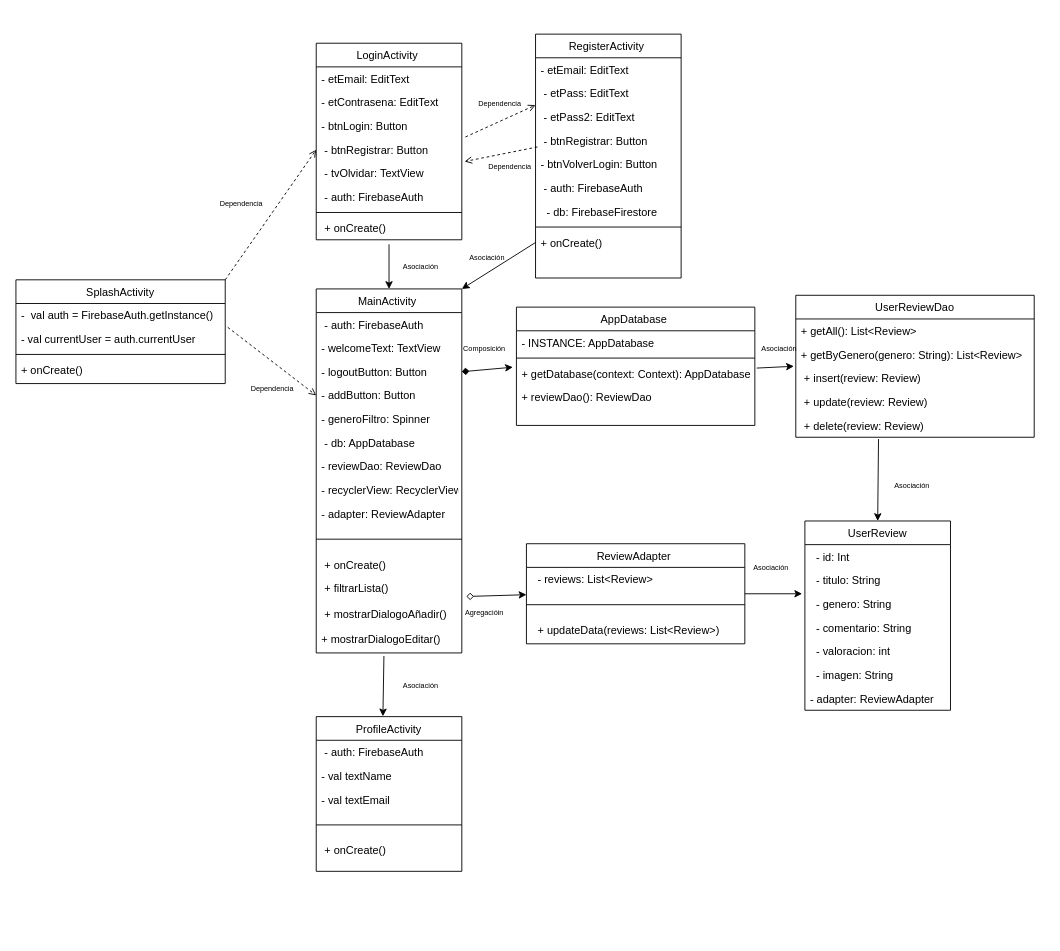
This is Diagrama De Clases/Diagrama Clases.drawio from marcosgb9/MyList, a draw.io file, before an edit. Source tidied: cells renumbered, new cells numbered last; positions are measured from the earlier drawing's top-left corner, leaving out a move shared by most shapes. Both pictures are drawn from the tidied source at 91%, with x=0, y=0 at pixel (15, 34).
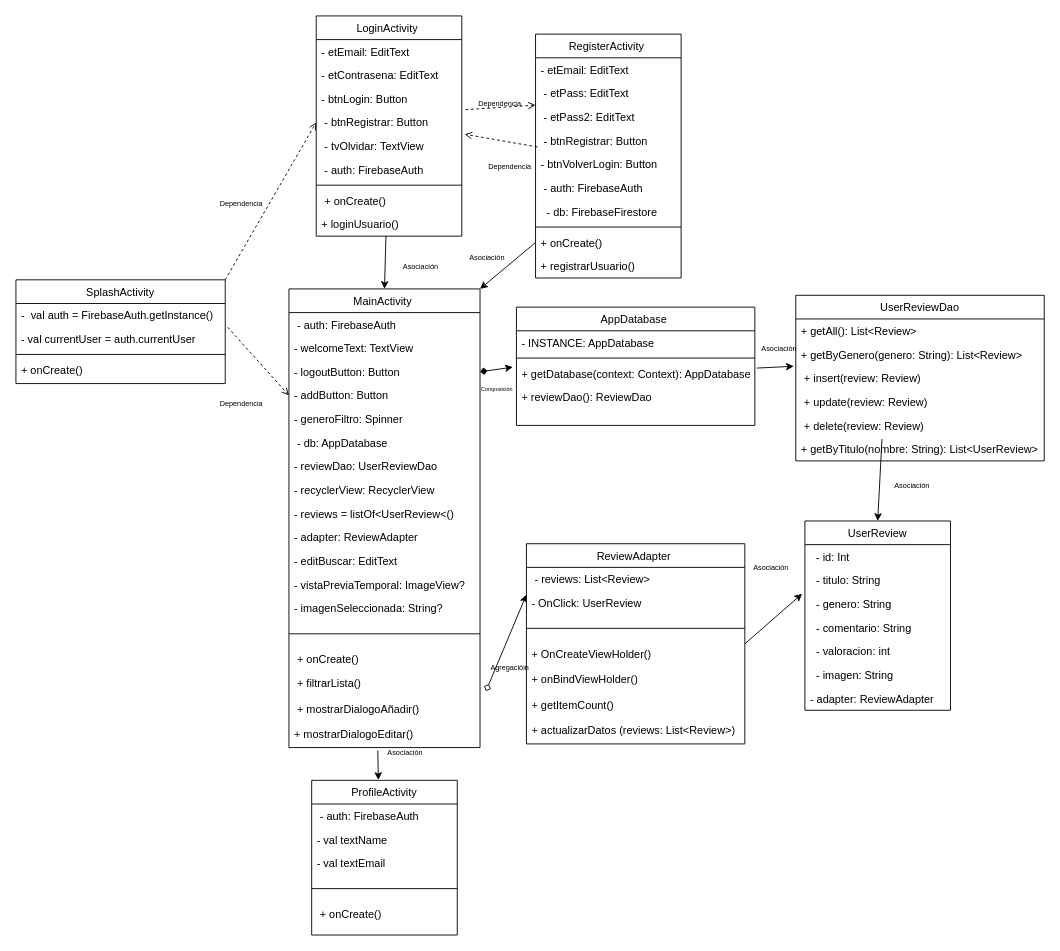
The same page after the edit.

Unchanged cells that the change refers to:
```xml
<mxCell id="2" value="RegisterActivity " style="swimlane;fontStyle=0;align=center;verticalAlign=top;horizontal=1;startSize=26;rounded=0;shadow=0;strokeWidth=1;" parent="1" vertex="1">
  <mxGeometry x="571" width="160" height="268" as="geometry" />
</mxCell>
<mxCell id="20" value=" + onCreate()" style="text;align=left;verticalAlign=top;spacingLeft=4;spacingRight=4;overflow=hidden;points=[[0,0.5],[1,0.5]];portConstraint=eastwest;fontStyle=0;" parent="12" vertex="1">
  <mxGeometry y="190" width="160" height="26" as="geometry" />
</mxCell>
```

Change to the diagram source:
```diff
@@
+    <mxCell id="94" value="+ registrarUsuario()" style="text;align=left;verticalAlign=top;spacingLeft=4;spacingRight=4;overflow=hidden;" parent="2" vertex="1">
+      <mxGeometry y="242" width="160" height="26" as="geometry" />
+    </mxCell>
     <mxCell id="12" value="LoginActivity " style="swimlane;fontStyle=0;align=center;verticalAlign=top;horizontal=1;startSize=26;rounded=0;shadow=0;strokeWidth=1;" parent="1" vertex="1">
-      <mxGeometry x="330" y="10" width="160" height="216" as="geometry" />
+      <mxGeometry x="330" y="-20" width="160" height="242" as="geometry" />
     </mxCell>
@@
+    <mxCell id="95" value="+ loginUsuario()" style="text;align=left;verticalAlign=top;spacingLeft=4;spacingRight=4;overflow=hidden;points=[[0,0.5],[1,0.5]];portConstraint=eastwest;fontStyle=0;" parent="12" vertex="1">
+      <mxGeometry y="216" width="160" height="26" as="geometry" />
+    </mxCell>
     <mxCell id="21" value="MainActivity " style="swimlane;fontStyle=0;align=center;verticalAlign=top;horizontal=1;startSize=26;rounded=0;shadow=0;strokeWidth=1;" parent="1" vertex="1">
-      <mxGeometry x="330" y="280" width="160" height="400" as="geometry" />
+      <mxGeometry x="300" y="280" width="210" height="504" as="geometry" />
     </mxCell>
     <mxCell id="22" value=" - auth: FirebaseAuth" style="text;align=left;verticalAlign=top;spacingLeft=4;spacingRight=4;overflow=hidden;" parent="21" vertex="1">
-      <mxGeometry y="26" width="160" height="26" as="geometry" />
+      <mxGeometry y="26" width="210" height="26" as="geometry" />
     </mxCell>
     <mxCell id="23" value="- welcomeText: TextView" style="text;align=left;verticalAlign=top;spacingLeft=4;spacingRight=4;overflow=hidden;rounded=0;shadow=0;html=0;" parent="21" vertex="1">
-      <mxGeometry y="52" width="160" height="26" as="geometry" />
+      <mxGeometry y="52" width="210" height="26" as="geometry" />
     </mxCell>
     <mxCell id="24" value="- logoutButton: Button" style="text;align=left;verticalAlign=top;spacingLeft=4;spacingRight=4;overflow=hidden;points=[[0,0.5],[1,0.5]];portConstraint=eastwest;rounded=0;shadow=0;html=0;" parent="21" vertex="1">
-      <mxGeometry y="78" width="160" height="26" as="geometry" />
+      <mxGeometry y="78" width="210" height="26" as="geometry" />
     </mxCell>
     <mxCell id="25" value="- addButton: Button" style="text;align=left;verticalAlign=top;spacingLeft=4;spacingRight=4;overflow=hidden;points=[[0,0.5],[1,0.5]];portConstraint=eastwest;rounded=0;shadow=0;html=0;" parent="21" vertex="1">
-      <mxGeometry y="104" width="160" height="26" as="geometry" />
+      <mxGeometry y="104" width="210" height="26" as="geometry" />
     </mxCell>
     <mxCell id="26" value="- generoFiltro: Spinner" style="text;align=left;verticalAlign=top;spacingLeft=4;spacingRight=4;overflow=hidden;rounded=0;shadow=0;html=0;" parent="21" vertex="1">
-      <mxGeometry y="130" width="160" height="26" as="geometry" />
+      <mxGeometry y="130" width="210" height="26" as="geometry" />
     </mxCell>
     <mxCell id="27" value=" - db: AppDatabase" style="text;align=left;verticalAlign=top;spacingLeft=4;spacingRight=4;overflow=hidden;" parent="21" vertex="1">
-      <mxGeometry y="156" width="160" height="26" as="geometry" />
+      <mxGeometry y="156" width="210" height="26" as="geometry" />
     </mxCell>
-    <mxCell id="28" value="- reviewDao: ReviewDao" style="text;align=left;verticalAlign=top;spacingLeft=4;spacingRight=4;overflow=hidden;" parent="21" vertex="1">
-      <mxGeometry y="182" width="160" height="26" as="geometry" />
+    <mxCell id="28" value="- reviewDao: UserReviewDao" style="text;align=left;verticalAlign=top;spacingLeft=4;spacingRight=4;overflow=hidden;" parent="21" vertex="1">
+      <mxGeometry y="182" width="210" height="26" as="geometry" />
     </mxCell>
     <mxCell id="29" value="- recyclerView: RecyclerView" style="text;align=left;verticalAlign=top;spacingLeft=4;spacingRight=4;overflow=hidden;" parent="21" vertex="1">
-      <mxGeometry y="208" width="160" height="26" as="geometry" />
+      <mxGeometry y="208" width="210" height="26" as="geometry" />
     </mxCell>
+    <mxCell id="96" value="- reviews = listOf&lt;UserReview&lt;()" style="text;align=left;verticalAlign=top;spacingLeft=4;spacingRight=4;overflow=hidden;" parent="21" vertex="1">
+      <mxGeometry y="234" width="210" height="26" as="geometry" />
+    </mxCell>
     <mxCell id="30" value="- adapter: ReviewAdapter&#10;" style="text;align=left;verticalAlign=top;spacingLeft=4;spacingRight=4;overflow=hidden;" parent="21" vertex="1">
-      <mxGeometry y="234" width="160" height="26" as="geometry" />
+      <mxGeometry y="260" width="210" height="26" as="geometry" />
     </mxCell>
+    <mxCell id="97" value="- editBuscar: EditText&#10;" style="text;align=left;verticalAlign=top;spacingLeft=4;spacingRight=4;overflow=hidden;" parent="21" vertex="1">
+      <mxGeometry y="286" width="210" height="26" as="geometry" />
+    </mxCell>
+    <mxCell id="98" value="- vistaPreviaTemporal: ImageView?&#10;" style="text;align=left;verticalAlign=top;spacingLeft=4;spacingRight=4;overflow=hidden;" parent="21" vertex="1">
+      <mxGeometry y="312" width="210" height="26" as="geometry" />
+    </mxCell>
+    <mxCell id="99" value="- imagenSeleccionada: String?&#10;" style="text;align=left;verticalAlign=top;spacingLeft=4;spacingRight=4;overflow=hidden;" parent="21" vertex="1">
+      <mxGeometry y="338" width="210" height="26" as="geometry" />
+    </mxCell>
     <mxCell id="31" style="line;html=1;strokeWidth=1;align=left;verticalAlign=middle;spacingTop=-1;spacingLeft=3;spacingRight=3;labelPosition=right;" parent="21" vertex="1">
-      <mxGeometry y="260" width="160" height="30" as="geometry" />
+      <mxGeometry y="364" width="210" height="30" as="geometry" />
     </mxCell>
     <mxCell id="32" value=" + onCreate()" style="text;align=left;verticalAlign=top;spacingLeft=4;spacingRight=4;overflow=hidden;fontStyle=0;" parent="21" vertex="1">
-      <mxGeometry y="290" width="160" height="26" as="geometry" />
+      <mxGeometry y="394" width="210" height="26" as="geometry" />
     </mxCell>
     <mxCell id="33" value=" + filtrarLista()" style="text;align=left;verticalAlign=top;spacingLeft=4;spacingRight=4;overflow=hidden;points=[[0,0.5],[1,0.5]];portConstraint=eastwest;fontStyle=0;" parent="21" vertex="1">
-      <mxGeometry y="316" width="160" height="28" as="geometry" />
+      <mxGeometry y="420" width="210" height="28" as="geometry" />
     </mxCell>
     <mxCell id="34" value=" + mostrarDialogoAñadir()" style="text;align=left;verticalAlign=top;spacingLeft=4;spacingRight=4;overflow=hidden;fontStyle=0;" parent="21" vertex="1">
-      <mxGeometry y="344" width="160" height="28" as="geometry" />
+      <mxGeometry y="448" width="210" height="28" as="geometry" />
     </mxCell>
     <mxCell id="35" value="+ mostrarDialogoEditar()" style="text;align=left;verticalAlign=top;spacingLeft=4;spacingRight=4;overflow=hidden;points=[[0,0.5],[1,0.5]];portConstraint=eastwest;fontStyle=0;" parent="21" vertex="1">
-      <mxGeometry y="372" width="160" height="28" as="geometry" />
+      <mxGeometry y="476" width="210" height="28" as="geometry" />
     </mxCell>
@@
     <mxCell id="41" value="UserReviewDao" style="swimlane;fontStyle=0;align=center;verticalAlign=top;horizontal=1;startSize=26;rounded=0;shadow=0;strokeWidth=1;" parent="1" vertex="1">
-      <mxGeometry x="857" y="287" width="262" height="156" as="geometry" />
+      <mxGeometry x="857" y="287" width="273" height="182" as="geometry" />
     </mxCell>
     <mxCell id="42" value="+ getAll(): List&lt;Review&gt;" style="text;align=left;verticalAlign=top;spacingLeft=4;spacingRight=4;overflow=hidden;" parent="41" vertex="1">
-      <mxGeometry y="26" width="262" height="26" as="geometry" />
+      <mxGeometry y="26" width="273" height="26" as="geometry" />
     </mxCell>
     <mxCell id="43" value="+ getByGenero(genero: String): List&lt;Review&gt;" style="text;align=left;verticalAlign=top;spacingLeft=4;spacingRight=4;overflow=hidden;" parent="41" vertex="1">
-      <mxGeometry y="52" width="262" height="26" as="geometry" />
+      <mxGeometry y="52" width="273" height="26" as="geometry" />
     </mxCell>
     <mxCell id="44" value=" + insert(review: Review)" style="text;align=left;verticalAlign=top;spacingLeft=4;spacingRight=4;overflow=hidden;points=[[0,0.5],[1,0.5]];portConstraint=eastwest;" parent="41" vertex="1">
-      <mxGeometry y="78" width="262" height="26" as="geometry" />
+      <mxGeometry y="78" width="273" height="26" as="geometry" />
     </mxCell>
     <mxCell id="45" value=" + update(review: Review)" style="text;align=left;verticalAlign=top;spacingLeft=4;spacingRight=4;overflow=hidden;" parent="41" vertex="1">
-      <mxGeometry y="104" width="262" height="26" as="geometry" />
+      <mxGeometry y="104" width="273" height="26" as="geometry" />
     </mxCell>
     <mxCell id="46" value=" + delete(review: Review)" style="text;align=left;verticalAlign=top;spacingLeft=4;spacingRight=4;overflow=hidden;points=[[0,0.5],[1,0.5]];portConstraint=eastwest;" parent="41" vertex="1">
-      <mxGeometry y="130" width="262" height="26" as="geometry" />
+      <mxGeometry y="130" width="273" height="26" as="geometry" />
     </mxCell>
+    <mxCell id="100" value="+ getByTitulo(nombre: String): List&lt;UserReview&gt;" style="text;align=left;verticalAlign=top;spacingLeft=4;spacingRight=4;overflow=hidden;" parent="41" vertex="1">
+      <mxGeometry y="156" width="273" height="26" as="geometry" />
+    </mxCell>
@@
     <mxCell id="55" value="ReviewAdapter " style="swimlane;fontStyle=0;align=center;verticalAlign=top;horizontal=1;startSize=26;rounded=0;shadow=0;strokeWidth=1;" parent="1" vertex="1">
-      <mxGeometry x="561" y="560" width="240" height="110" as="geometry" />
+      <mxGeometry x="561" y="560" width="240" height="220" as="geometry" />
     </mxCell>
-    <mxCell id="56" value="  - reviews: List&lt;Review&gt;" style="text;align=left;verticalAlign=top;spacingLeft=4;spacingRight=4;overflow=hidden;points=[[0,0.5],[1,0.5]];portConstraint=eastwest;" parent="55" vertex="1">
+    <mxCell id="56" value=" - reviews: List&lt;Review&gt;&#10;" style="text;align=left;verticalAlign=top;spacingLeft=4;spacingRight=4;overflow=hidden;points=[[0,0.5],[1,0.5]];portConstraint=eastwest;" parent="55" vertex="1">
       <mxGeometry y="26" width="240" height="26" as="geometry" />
     </mxCell>
+    <mxCell id="101" value="- OnClick: UserReview" style="text;align=left;verticalAlign=top;spacingLeft=4;spacingRight=4;overflow=hidden;" parent="55" vertex="1">
+      <mxGeometry y="52" width="240" height="26" as="geometry" />
+    </mxCell>
     <mxCell id="57" style="line;html=1;strokeWidth=1;align=left;verticalAlign=middle;spacingTop=-1;spacingLeft=3;spacingRight=3;labelPosition=right;" parent="55" vertex="1">
-      <mxGeometry y="52" width="240" height="30" as="geometry" />
+      <mxGeometry y="78" width="240" height="30" as="geometry" />
     </mxCell>
+    <mxCell id="102" value="+ OnCreateViewHolder()" style="text;align=left;verticalAlign=top;spacingLeft=4;spacingRight=4;overflow=hidden;fontStyle=0;" parent="55" vertex="1">
+      <mxGeometry y="108" width="240" height="28" as="geometry" />
+    </mxCell>
+    <mxCell id="103" value="+ onBindViewHolder() " style="text;align=left;verticalAlign=top;spacingLeft=4;spacingRight=4;overflow=hidden;fontStyle=0;" parent="55" vertex="1">
+      <mxGeometry y="136" width="240" height="28" as="geometry" />
+    </mxCell>
+    <mxCell id="104" value="+ getItemCount()" style="text;align=left;verticalAlign=top;spacingLeft=4;spacingRight=4;overflow=hidden;fontStyle=0;" parent="55" vertex="1">
+      <mxGeometry y="164" width="240" height="28" as="geometry" />
+    </mxCell>
-    <mxCell id="58" value="  + updateData(reviews: List&lt;Review&gt;)" style="text;align=left;verticalAlign=top;spacingLeft=4;spacingRight=4;overflow=hidden;fontStyle=0;" parent="55" vertex="1">
-      <mxGeometry y="82" width="240" height="28" as="geometry" />
+    <mxCell id="58" value="+ actualizarDatos (reviews: List&lt;Review&gt;)" style="text;align=left;verticalAlign=top;spacingLeft=4;spacingRight=4;overflow=hidden;fontStyle=0;" parent="55" vertex="1">
+      <mxGeometry y="192" width="240" height="28" as="geometry" />
     </mxCell>
@@
-    <mxCell id="60" style="endArrow=classic;html=1;rounded=0;exitX=0.5;exitY=1.192;exitDx=0;exitDy=0;exitPerimeter=0;entryX=0.5;entryY=0;entryDx=0;entryDy=0;" parent="1" edge="1" source="20" target="21">
+    <mxCell id="60" style="endArrow=classic;html=1;rounded=0;exitX=0.479;exitY=0.994;exitDx=0;exitDy=0;exitPerimeter=0;entryX=0.5;entryY=0;entryDx=0;entryDy=0;" parent="1" edge="1" source="95" target="21">
       <mxGeometry relative="1" as="geometry" />
     </mxCell>
@@
-    <mxCell id="66" value="&lt;font style=&quot;font-size: 8px;&quot;&gt;Composición&lt;/font&gt;" style="text;html=1;align=center;verticalAlign=middle;whiteSpace=wrap;rounded=0;" parent="1" vertex="1">
-      <mxGeometry x="497" y="340" width="36" height="10" as="geometry" />
+    <mxCell id="66" value="&lt;font style=&quot;font-size: 6px;&quot;&gt;Composición&lt;/font&gt;" style="text;html=1;align=center;verticalAlign=middle;whiteSpace=wrap;rounded=0;" parent="1" vertex="1">
+      <mxGeometry x="514" y="384" width="30" height="10" as="geometry" />
     </mxCell>
@@
     <mxCell id="69" value="&lt;font style=&quot;font-size: 8px;&quot;&gt;Agregacióin&lt;/font&gt;" style="text;html=1;align=center;verticalAlign=middle;whiteSpace=wrap;rounded=0;" parent="1" vertex="1">
-      <mxGeometry x="497" y="630" width="36" height="10" as="geometry" />
+      <mxGeometry x="525" y="690" width="36" height="10" as="geometry" />
     </mxCell>
@@
     <mxCell id="85" value="&lt;font style=&quot;font-size: 8px;&quot;&gt;Dependencia &lt;/font&gt;" style="text;html=1;align=center;verticalAlign=middle;whiteSpace=wrap;rounded=0;" parent="1" vertex="1">
-      <mxGeometry x="264" y="384" width="36" height="10" as="geometry" />
+      <mxGeometry x="230" y="400" width="36" height="10" as="geometry" />
     </mxCell>
     <mxCell id="86" value="ProfileActivity" style="swimlane;fontStyle=0;align=center;verticalAlign=top;horizontal=1;startSize=26;rounded=0;shadow=0;strokeWidth=1;" parent="1" vertex="1">
-      <mxGeometry x="330" y="750" width="160" height="170" as="geometry" />
+      <mxGeometry x="325" y="820" width="160" height="170" as="geometry" />
     </mxCell>
@@
     <mxCell id="93" value="&lt;font style=&quot;font-size: 8px;&quot;&gt;Asociación&lt;/font&gt;" style="text;html=1;align=center;verticalAlign=middle;whiteSpace=wrap;rounded=0;" parent="1" vertex="1">
-      <mxGeometry x="427" y="710" width="36" height="10" as="geometry" />
+      <mxGeometry x="410" y="784" width="36" height="10" as="geometry" />
     </mxCell>
```
